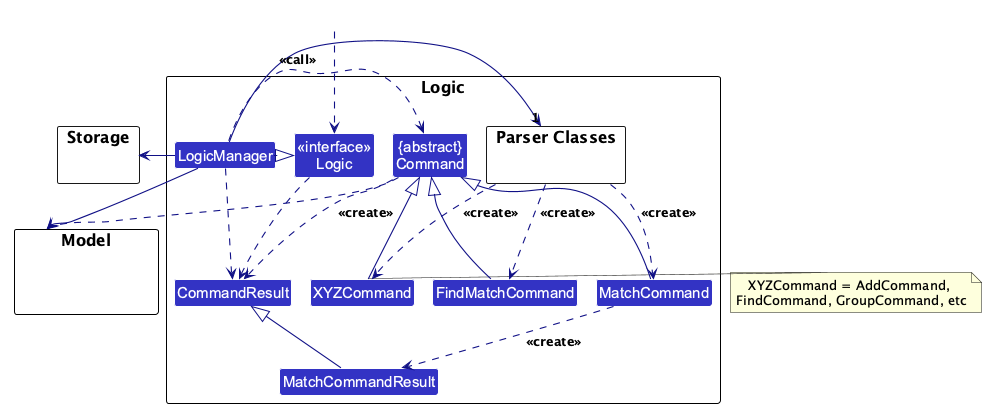
Above: docs/images/LogicClassDiagram.png in AY2627S1-CS2103T-W09-1/tp (PlantUML), before the change.
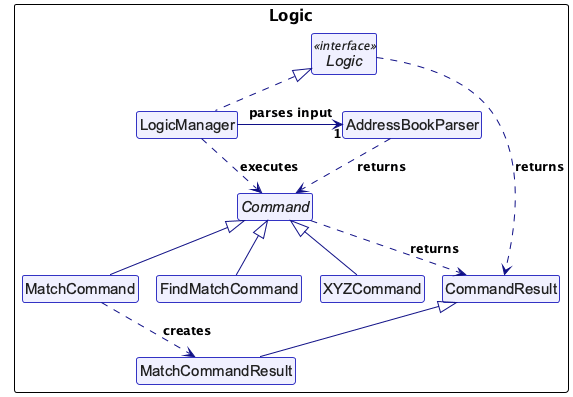
Above is the later version.

Change to the diagram source:
```diff
@@ -1,57 +1,37 @@
 @startuml
 !pragma layout smetana
 !include style.puml
-skinparam arrowThickness 1.1
 skinparam arrowColor LOGIC_COLOR_T4
-skinparam classBackgroundColor LOGIC_COLOR
+skinparam classBackgroundColor #F0F0FF
+skinparam classBorderColor LOGIC_COLOR
+skinparam classFontColor #202020
+skinparam classAttributeFontColor #202020
+skinparam classStereotypeFontColor #202020
+skinparam nodesep 40
+skinparam ranksep 50
 
 package Logic as LogicPackage {
-
-package "Parser Classes" as ParserClasses{
-}
-Class XYZCommand
-Class CommandResult
-Class MatchCommand
-Class FindMatchCommand
-Class MatchCommandResult
-Class "{abstract}\nCommand" as Command
-
-
-Class "<<interface>>\nLogic" as Logic
-Class LogicManager
+interface Logic <<interface>>
+class LogicManager
+class AddressBookParser
+abstract class Command
+class XYZCommand
+class MatchCommand
+class FindMatchCommand
+class CommandResult
+class MatchCommandResult
 }
 
-package Model {
-Class HiddenModel #FFFFFF
-}
-
-package Storage {
-}
-
-Class HiddenOutside #FFFFFF
-HiddenOutside ..> Logic
-
-LogicManager .right.|> Logic
-LogicManager -right->"1" ParserClasses
-ParserClasses ..> XYZCommand : <<create>>
-ParserClasses ..> MatchCommand : <<create>>
-ParserClasses ..> FindMatchCommand : <<create>>
-
+LogicManager .up.|> Logic
+LogicManager -right-> "1" AddressBookParser : parses input
+AddressBookParser ..> Command : returns
+LogicManager .down.> Command : executes
+Logic ..> CommandResult : returns
+Command ..> CommandResult : returns
 XYZCommand -up-|> Command
 MatchCommand -up-|> Command
 FindMatchCommand -up-|> Command
 MatchCommandResult -up-|> CommandResult
-MatchCommand ..> MatchCommandResult : <<create>>
-LogicManager .left.> Command : <<call>>
+MatchCommand ..> MatchCommandResult : creates
 
-LogicManager --> Model
-LogicManager --> Storage
-Storage --[hidden] Model
-Command .[hidden]up.> Storage
-Command .right.> Model
-note right of XYZCommand: XYZCommand = AddCommand, \nFindCommand, GroupCommand, etc
-
-Logic ..> CommandResult
-LogicManager .down.> CommandResult
-Command .up.> CommandResult : <<create>>
 @enduml
```
